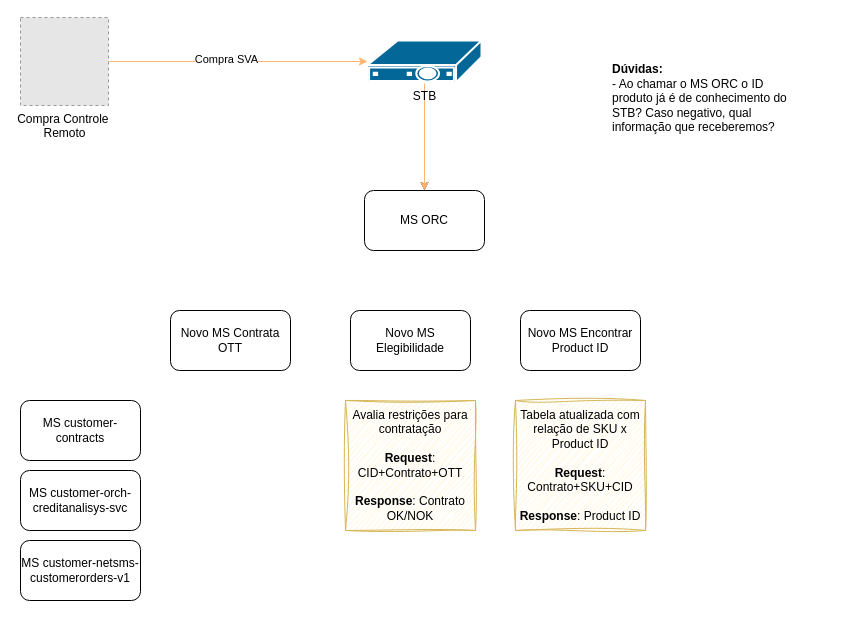
Above: 119216 - Chamada de crédito para vendas através de controle remoto.drawio in samirali/ClaroBrasil (draw.io), before the change. Source tidied: cells renumbered, new cells numbered last; positions are measured from the earlier drawing's top-left corner, leaving out a move shared by most shapes. Both pictures are drawn from the tidied source at 100%, with x=0, y=0 at pixel (20, 17). Pictures stored in the file or linked from it are replaced by grey dashed boxes.
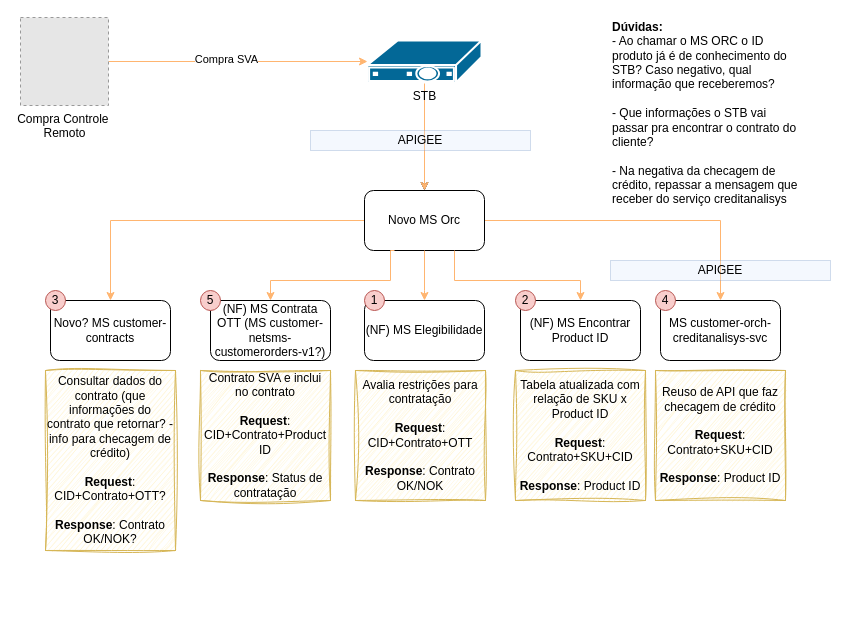
The same diagram, later.

Diff of the diagram source:
```diff
@@
+    <mxCell id="18" style="edgeStyle=orthogonalEdgeStyle;rounded=0;jettySize=auto;html=1;entryX=0.5;entryY=0;entryDx=0;entryDy=0;fillColor=#ffe6cc;strokeColor=#FFB570;" parent="1" edge="1" source="8" target="10">
+      <mxGeometry relative="1" as="geometry" />
+    </mxCell>
+    <mxCell id="19" style="edgeStyle=orthogonalEdgeStyle;rounded=0;jettySize=auto;html=1;exitX=0;exitY=0.5;exitDx=0;exitDy=0;strokeColor=#FFB570;" parent="1" edge="1" source="8" target="9">
+      <mxGeometry relative="1" as="geometry">
+        <Array as="points">
+          <mxPoint x="90" y="203" />
+        </Array>
+      </mxGeometry>
+    </mxCell>
-    <mxCell id="8" value="MS ORC" style="rounded=1;whiteSpace=wrap;html=1;" parent="1" vertex="1">
+    <mxCell id="8" value="Novo MS Orc" style="rounded=1;whiteSpace=wrap;html=1;" parent="1" vertex="1">
       <mxGeometry x="344" y="173" width="120" height="60" as="geometry" />
     </mxCell>
-    <mxCell id="9" value="MS customer-contracts" style="rounded=1;whiteSpace=wrap;html=1;" parent="1" vertex="1">
-      <mxGeometry y="383" width="120" height="60" as="geometry" />
+    <mxCell id="9" value="Novo? MS customer-contracts" style="rounded=1;whiteSpace=wrap;html=1;" parent="1" vertex="1">
+      <mxGeometry x="30" y="283" width="120" height="60" as="geometry" />
     </mxCell>
     <mxCell id="10" value="MS customer-orch-creditanalisys-svc" style="rounded=1;whiteSpace=wrap;html=1;" parent="1" vertex="1">
-      <mxGeometry y="453" width="120" height="60" as="geometry" />
+      <mxGeometry x="640" y="283" width="120" height="60" as="geometry" />
     </mxCell>
-    <mxCell id="11" value="MS customer-netsms-customerorders-v1" style="rounded=1;whiteSpace=wrap;html=1;" parent="1" vertex="1">
-      <mxGeometry y="523" width="120" height="60" as="geometry" />
-    </mxCell>
-    <mxCell id="12" value="Novo MS Contrata OTT" style="rounded=1;whiteSpace=wrap;html=1;" parent="1" vertex="1">
-      <mxGeometry x="150" y="293" width="120" height="60" as="geometry" />
+    <mxCell id="12" value="(NF) MS Contrata OTT (MS customer-netsms-customerorders-v1?)" style="rounded=1;whiteSpace=wrap;html=1;" parent="1" vertex="1">
+      <mxGeometry x="190" y="283" width="120" height="60" as="geometry" />
     </mxCell>
-    <mxCell id="13" value="Novo MS Elegibilidade" style="rounded=1;whiteSpace=wrap;html=1;" parent="1" vertex="1">
-      <mxGeometry x="330" y="293" width="120" height="60" as="geometry" />
+    <mxCell id="13" value="(NF) MS Elegibilidade" style="rounded=1;whiteSpace=wrap;html=1;" parent="1" vertex="1">
+      <mxGeometry x="344" y="283" width="120" height="60" as="geometry" />
     </mxCell>
-    <mxCell id="14" value="Novo MS Encontrar Product ID" style="rounded=1;whiteSpace=wrap;html=1;" parent="1" vertex="1">
-      <mxGeometry x="500" y="293" width="120" height="60" as="geometry" />
+    <mxCell id="14" value="(NF) MS Encontrar Product ID" style="rounded=1;whiteSpace=wrap;html=1;" parent="1" vertex="1">
+      <mxGeometry x="500" y="283" width="120" height="60" as="geometry" />
     </mxCell>
     <mxCell id="15" value="Tabela atualizada com relação de SKU x Product ID&lt;div&gt;&lt;br&gt;&lt;/div&gt;&lt;div&gt;&lt;b&gt;Request&lt;/b&gt;: Contrato+SKU+CID&lt;/div&gt;&lt;div&gt;&lt;br&gt;&lt;/div&gt;&lt;div&gt;&lt;b&gt;Response&lt;/b&gt;: Product ID&lt;/div&gt;" style="text;html=1;align=center;verticalAlign=middle;whiteSpace=wrap;rounded=0;fillColor=#fff2cc;strokeColor=#d6b656;sketch=1;curveFitting=1;jiggle=2;" parent="1" vertex="1">
-      <mxGeometry x="495" y="383" width="130" height="130" as="geometry" />
+      <mxGeometry x="495" y="353" width="130" height="130" as="geometry" />
     </mxCell>
     <mxCell id="16" value="Avalia restrições para contratação&lt;div&gt;&lt;br&gt;&lt;/div&gt;&lt;div&gt;&lt;b&gt;Request&lt;/b&gt;: CID+Contrato+OTT&lt;/div&gt;&lt;div&gt;&lt;br&gt;&lt;/div&gt;&lt;div&gt;&lt;b&gt;Response&lt;/b&gt;: Contrato OK/NOK&lt;/div&gt;" style="text;html=1;align=center;verticalAlign=middle;whiteSpace=wrap;rounded=0;fillColor=#fff2cc;strokeColor=#d6b656;sketch=1;curveFitting=1;jiggle=2;" parent="1" vertex="1">
-      <mxGeometry x="325" y="383" width="130" height="130" as="geometry" />
+      <mxGeometry x="335" y="353" width="130" height="130" as="geometry" />
     </mxCell>
-    <mxCell id="17" value="&lt;b&gt;Dúvidas:&lt;/b&gt;&lt;div&gt;- Ao chamar o MS ORC o ID produto já é de conhecimento do STB? Caso negativo, qual informação que receberemos?&lt;/div&gt;&lt;div&gt;&lt;br&gt;&lt;/div&gt;" style="text;html=1;align=left;verticalAlign=middle;whiteSpace=wrap;rounded=0;" parent="1" vertex="1">
-      <mxGeometry x="590" y="43" width="190" height="90" as="geometry" />
+    <mxCell id="17" value="&lt;b&gt;Dúvidas:&lt;/b&gt;&lt;div&gt;- Ao chamar o MS ORC o ID produto já é de conhecimento do STB? Caso negativo, qual informação que receberemos?&lt;/div&gt;&lt;div&gt;&lt;br&gt;&lt;/div&gt;&lt;div&gt;- Que informações o STB vai passar pra encontrar o contrato do cliente?&lt;/div&gt;&lt;div&gt;&lt;br&gt;&lt;/div&gt;&lt;div&gt;- Na negativa da checagem de crédito, repassar a mensagem que receber do serviço creditanalisys&lt;/div&gt;&lt;div&gt;&lt;br&gt;&lt;/div&gt;" style="text;html=1;align=left;verticalAlign=middle;whiteSpace=wrap;rounded=0;" parent="1" vertex="1">
+      <mxGeometry x="590" y="43" width="190" height="120" as="geometry" />
     </mxCell>
+    <mxCell id="20" value="&lt;div&gt;Consultar dados do contrato (que informações do contrato que retornar? - info para checagem de crédito)&lt;/div&gt;&lt;div&gt;&lt;br&gt;&lt;/div&gt;&lt;div&gt;&lt;b&gt;Request&lt;/b&gt;: CID+Contrato+OTT?&lt;/div&gt;&lt;div&gt;&lt;br&gt;&lt;/div&gt;&lt;div&gt;&lt;b&gt;Response&lt;/b&gt;: Contrato OK/NOK?&lt;/div&gt;" style="text;html=1;align=center;verticalAlign=middle;whiteSpace=wrap;rounded=0;fillColor=#fff2cc;strokeColor=#d6b656;sketch=1;curveFitting=1;jiggle=2;" parent="1" vertex="1">
+      <mxGeometry x="25" y="353" width="130" height="180" as="geometry" />
+    </mxCell>
+    <mxCell id="21" value="Contrato SVA e inclui no contrato&lt;div&gt;&lt;br&gt;&lt;/div&gt;&lt;div&gt;&lt;b&gt;Request&lt;/b&gt;: CID+Contrato+Product ID&lt;/div&gt;&lt;div&gt;&lt;br&gt;&lt;/div&gt;&lt;div&gt;&lt;b&gt;Response&lt;/b&gt;: Status de contratação&lt;/div&gt;" style="text;html=1;align=center;verticalAlign=middle;whiteSpace=wrap;rounded=0;fillColor=#fff2cc;strokeColor=#d6b656;sketch=1;curveFitting=1;jiggle=2;" parent="1" vertex="1">
+      <mxGeometry x="180" y="353" width="130" height="130" as="geometry" />
+    </mxCell>
+    <mxCell id="22" value="APIGEE" style="rounded=0;whiteSpace=wrap;html=1;fillColor=#dae8fc;strokeColor=#6c8ebf;opacity=30;" parent="1" vertex="1">
+      <mxGeometry x="290" y="113" width="220" height="20" as="geometry" />
+    </mxCell>
+    <mxCell id="23" style="edgeStyle=orthogonalEdgeStyle;rounded=0;jettySize=auto;html=1;strokeColor=#FFB570;entryX=0.5;entryY=0;entryDx=0;entryDy=0;exitX=0.5;exitY=1;exitDx=0;exitDy=0;" parent="1" edge="1" source="8" target="13">
+      <mxGeometry relative="1" as="geometry">
+        <Array as="points">
+          <mxPoint x="404" y="273" />
+        </Array>
+      </mxGeometry>
+    </mxCell>
+    <mxCell id="24" style="edgeStyle=orthogonalEdgeStyle;rounded=0;jettySize=auto;html=1;strokeColor=#FFB570;entryX=0.5;entryY=0;entryDx=0;entryDy=0;exitX=0.75;exitY=1;exitDx=0;exitDy=0;" parent="1" edge="1" source="8" target="14">
+      <mxGeometry relative="1" as="geometry">
+        <Array as="points">
+          <mxPoint x="434" y="263" />
+          <mxPoint x="560" y="263" />
+        </Array>
+      </mxGeometry>
+    </mxCell>
+    <mxCell id="25" style="edgeStyle=orthogonalEdgeStyle;rounded=0;jettySize=auto;html=1;strokeColor=#FFB570;entryX=0.5;entryY=0;entryDx=0;entryDy=0;exitX=0.25;exitY=1;exitDx=0;exitDy=0;" parent="1" edge="1" source="8" target="12">
+      <mxGeometry relative="1" as="geometry">
+        <Array as="points">
+          <mxPoint x="370" y="233" />
+          <mxPoint x="370" y="263" />
+          <mxPoint x="250" y="263" />
+        </Array>
+      </mxGeometry>
+    </mxCell>
+    <mxCell id="26" value="Reuso de API que faz checagem de crédito&lt;br&gt;&lt;div&gt;&lt;br&gt;&lt;/div&gt;&lt;div&gt;&lt;b&gt;Request&lt;/b&gt;: Contrato+SKU+CID&lt;/div&gt;&lt;div&gt;&lt;br&gt;&lt;/div&gt;&lt;div&gt;&lt;b&gt;Response&lt;/b&gt;: Product ID&lt;/div&gt;" style="text;html=1;align=center;verticalAlign=middle;whiteSpace=wrap;rounded=0;fillColor=#fff2cc;strokeColor=#d6b656;sketch=1;curveFitting=1;jiggle=2;" parent="1" vertex="1">
+      <mxGeometry x="635" y="353" width="130" height="130" as="geometry" />
+    </mxCell>
+    <mxCell id="27" value="APIGEE" style="rounded=0;whiteSpace=wrap;html=1;fillColor=#dae8fc;strokeColor=#6c8ebf;opacity=30;" parent="1" vertex="1">
+      <mxGeometry x="590" y="243" width="220" height="20" as="geometry" />
+    </mxCell>
+    <mxCell id="28" value="2" style="ellipse;whiteSpace=wrap;html=1;fillColor=#f8cecc;strokeColor=#b85450;" parent="1" vertex="1">
+      <mxGeometry x="495" y="273" width="20" height="20" as="geometry" />
+    </mxCell>
+    <mxCell id="29" value="1" style="ellipse;whiteSpace=wrap;html=1;fillColor=#f8cecc;strokeColor=#b85450;" parent="1" vertex="1">
+      <mxGeometry x="344" y="273" width="20" height="20" as="geometry" />
+    </mxCell>
+    <mxCell id="30" value="3" style="ellipse;whiteSpace=wrap;html=1;fillColor=#f8cecc;strokeColor=#b85450;" parent="1" vertex="1">
+      <mxGeometry x="25" y="273" width="20" height="20" as="geometry" />
+    </mxCell>
+    <mxCell id="31" value="4" style="ellipse;whiteSpace=wrap;html=1;fillColor=#f8cecc;strokeColor=#b85450;" parent="1" vertex="1">
+      <mxGeometry x="635" y="273" width="20" height="20" as="geometry" />
+    </mxCell>
+    <mxCell id="32" value="5" style="ellipse;whiteSpace=wrap;html=1;fillColor=#f8cecc;strokeColor=#b85450;" parent="1" vertex="1">
+      <mxGeometry x="180" y="273" width="20" height="20" as="geometry" />
+    </mxCell>
```
